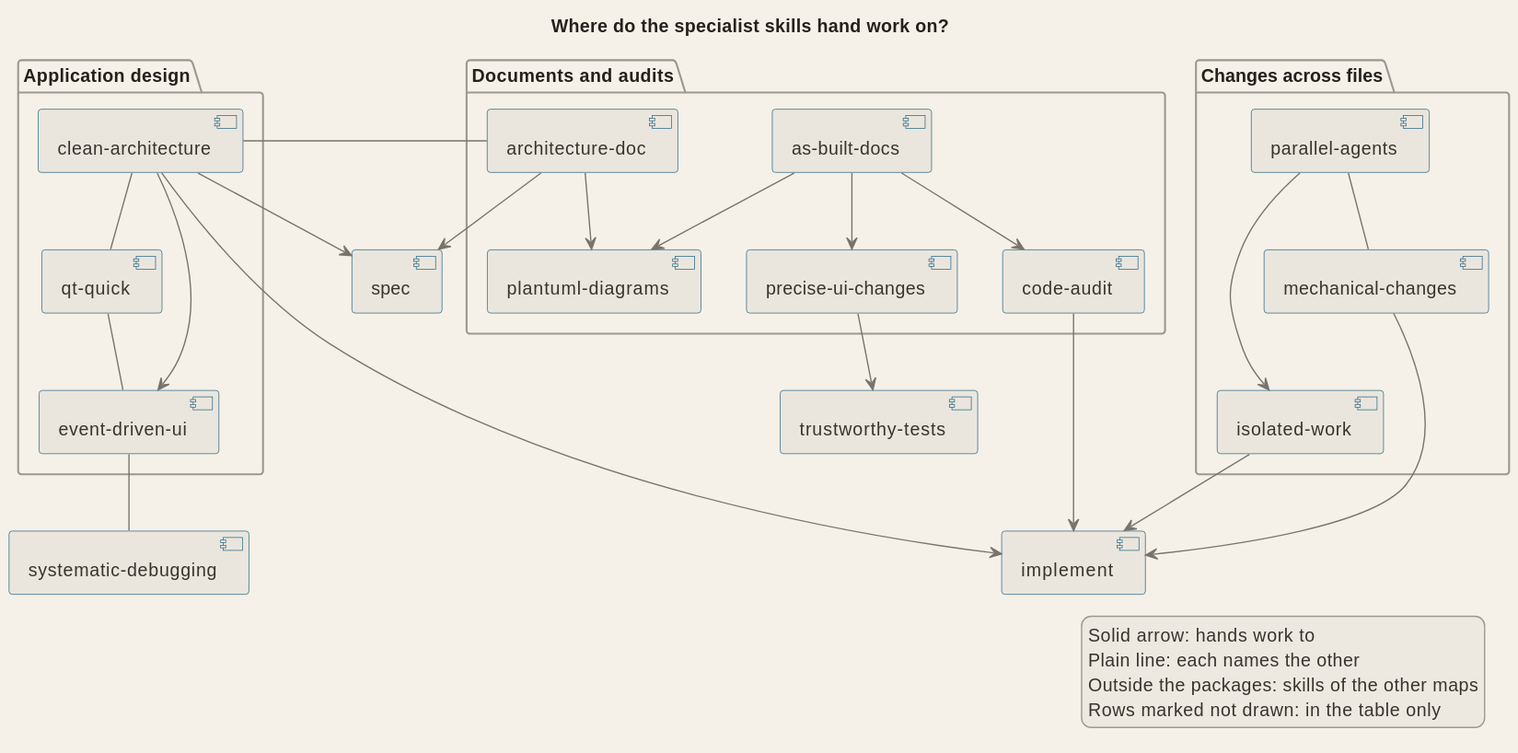
Earlier version of the PlantUML export docs/diagrams/arch_skills_specialist.svg (signorenne/dotagents).
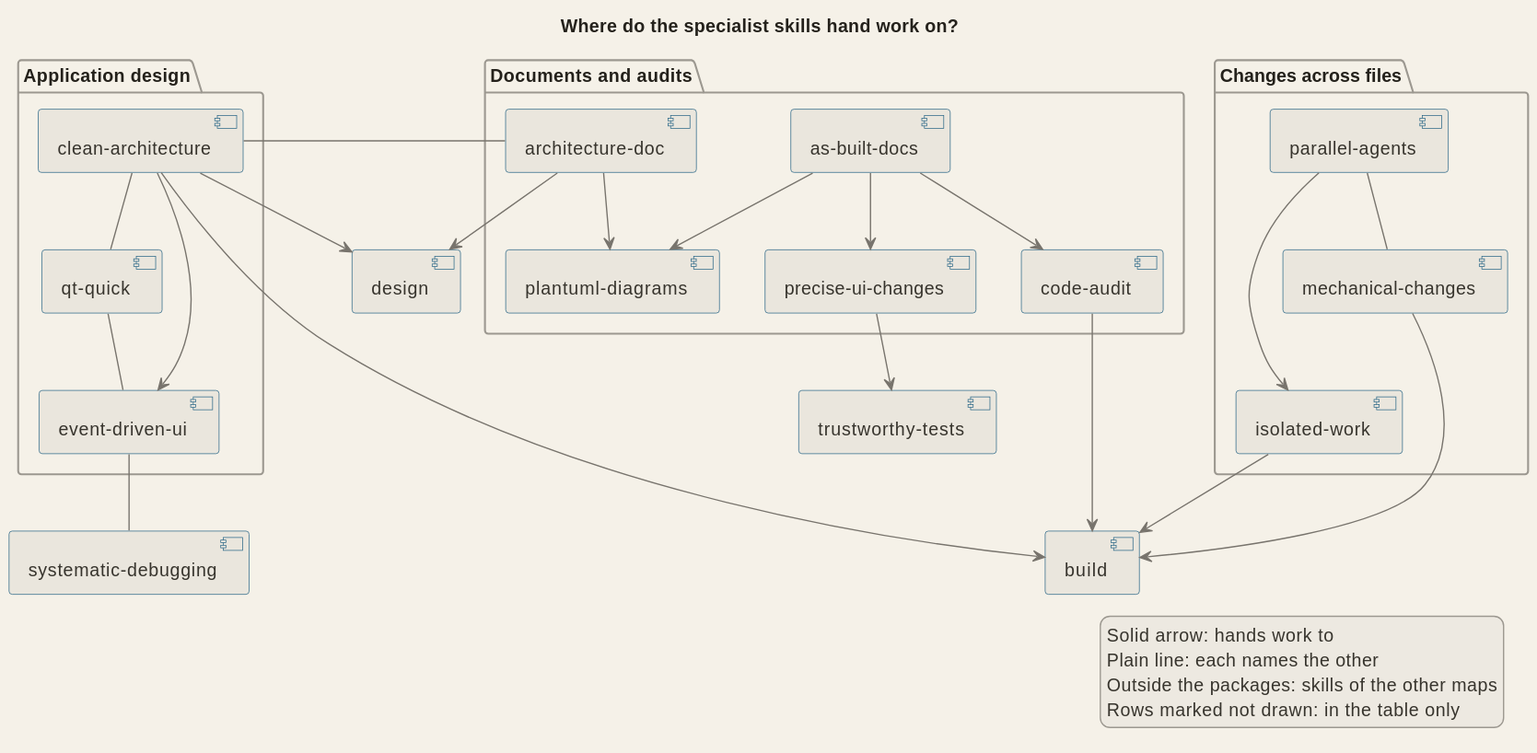
Above is the later version.

Diff of the diagram source:
```diff
@@ -23,9 +23,9 @@
 }
 
 component "systematic-debugging" as debug
-component "spec" as spec
+component "design" as spec
 component "trustworthy-tests" as tests
-component "implement" as implement
+component "build" as implement
 
 archdoc --> puml
 asbuilt --> puml
```
